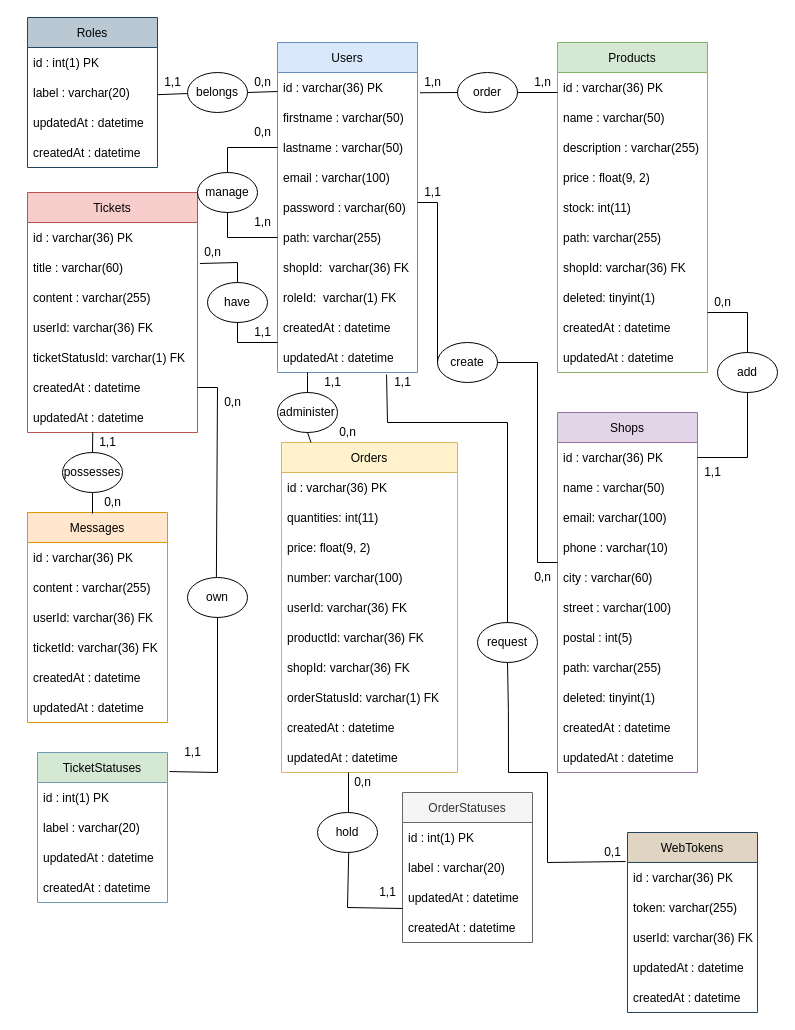
The draw.io diagram Diagrammes/MCD.drawio in KadenHD/DragNReceive_General, before the edit. Source tidied: cells renumbered, new cells numbered last; positions are measured from the earlier drawing's top-left corner, leaving out a move shared by most shapes. Both pictures are drawn from the tidied source at 100%, with x=0, y=0 at pixel (27, 17).
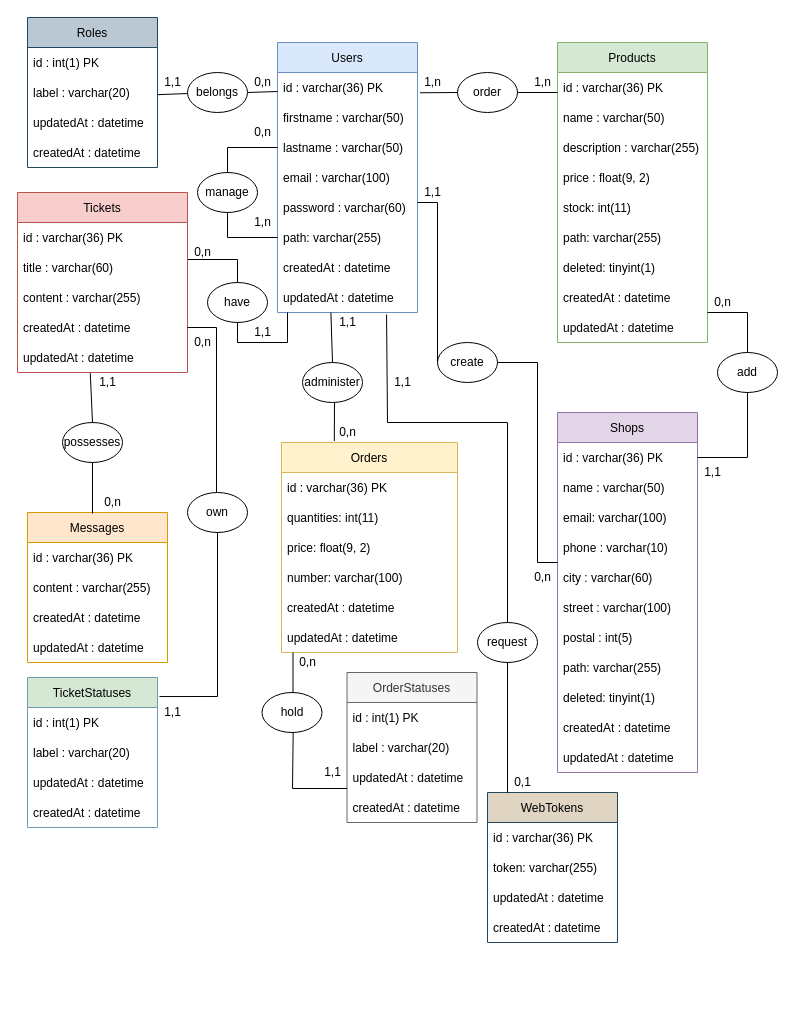
After the change.

The change refers to these unchanged cells:
```xml
<mxCell id="34" value="Shops" style="swimlane;fontStyle=0;horizontal=1;startSize=30;fillColor=#e1d5e7;strokeColor=#9673a6;" parent="1" vertex="1">
  <mxGeometry x="530" y="395" width="140" height="360" as="geometry" />
</mxCell>
<mxCell id="65" value="have" style="ellipse;whiteSpace=wrap;html=1;" parent="1" vertex="1">
  <mxGeometry x="180" y="265" width="60" height="40" as="geometry" />
</mxCell>
<mxCell id="107" value="createdAt : datetime" style="text;strokeColor=none;fillColor=none;align=left;verticalAlign=middle;spacingLeft=4;spacingRight=4;overflow=hidden;points=[[0,0.5],[1,0.5]];portConstraint=eastwest;" parent="103" vertex="1">
  <mxGeometry y="120" width="130" height="30" as="geometry" />
</mxCell>
<mxCell id="125" value="id : varchar(36) PK" style="text;strokeColor=none;fillColor=none;align=left;verticalAlign=middle;spacingLeft=4;spacingRight=4;overflow=hidden;points=[[0,0.5],[1,0.5]];portConstraint=eastwest;" parent="124" vertex="1">
  <mxGeometry y="30" width="130" height="30" as="geometry" />
</mxCell>
```

Diff of the diagram source:
```diff
@@
     <mxCell id="2" value="Users" style="swimlane;fontStyle=0;horizontal=1;startSize=30;fillColor=#dae8fc;strokeColor=#6c8ebf;" parent="1" vertex="1">
-      <mxGeometry x="250" y="25" width="140" height="330" as="geometry" />
+      <mxGeometry x="250" y="25" width="140" height="270" as="geometry" />
     </mxCell>
@@
-    <mxCell id="9" value="shopId:  varchar(36) FK" style="text;strokeColor=none;fillColor=none;align=left;verticalAlign=middle;spacingLeft=4;spacingRight=4;overflow=hidden;" parent="2" vertex="1">
-      <mxGeometry y="210" width="140" height="30" as="geometry" />
-    </mxCell>
-    <mxCell id="10" value="roleId:  varchar(1) FK" style="text;strokeColor=none;fillColor=none;align=left;verticalAlign=middle;spacingLeft=4;spacingRight=4;overflow=hidden;" parent="2" vertex="1">
-      <mxGeometry y="240" width="140" height="30" as="geometry" />
-    </mxCell>
     <mxCell id="11" value="createdAt : datetime" style="text;strokeColor=none;fillColor=none;align=left;verticalAlign=middle;spacingLeft=4;spacingRight=4;overflow=hidden;" parent="2" vertex="1">
-      <mxGeometry y="270" width="140" height="30" as="geometry" />
+      <mxGeometry y="210" width="140" height="30" as="geometry" />
     </mxCell>
     <mxCell id="12" value="updatedAt : datetime" style="text;strokeColor=none;fillColor=none;align=left;verticalAlign=middle;spacingLeft=4;spacingRight=4;overflow=hidden;points=[[0,0.5],[1,0.5]];portConstraint=eastwest;" parent="2" vertex="1">
-      <mxGeometry y="300" width="140" height="30" as="geometry" />
+      <mxGeometry y="240" width="140" height="30" as="geometry" />
     </mxCell>
@@
     <mxCell id="19" value="Tickets" style="swimlane;fontStyle=0;horizontal=1;startSize=30;fillColor=#f8cecc;strokeColor=#b85450;" parent="1" vertex="1">
-      <mxGeometry y="175" width="170" height="240" as="geometry" />
+      <mxGeometry x="-10" y="175" width="170" height="180" as="geometry" />
     </mxCell>
@@
-    <mxCell id="23" value="userId: varchar(36) FK" style="text;strokeColor=none;fillColor=none;align=left;verticalAlign=middle;spacingLeft=4;spacingRight=4;overflow=hidden;" parent="19" vertex="1">
-      <mxGeometry y="120" width="170" height="30" as="geometry" />
-    </mxCell>
-    <mxCell id="24" value="ticketStatusId: varchar(1) FK" style="text;strokeColor=none;fillColor=none;align=left;verticalAlign=middle;spacingLeft=4;spacingRight=4;overflow=hidden;" parent="19" vertex="1">
-      <mxGeometry y="150" width="170" height="30" as="geometry" />
-    </mxCell>
     <mxCell id="25" value="createdAt : datetime" style="text;strokeColor=none;fillColor=none;align=left;verticalAlign=middle;spacingLeft=4;spacingRight=4;overflow=hidden;points=[[0,0.5],[1,0.5]];portConstraint=eastwest;" parent="19" vertex="1">
-      <mxGeometry y="180" width="170" height="30" as="geometry" />
+      <mxGeometry y="120" width="170" height="30" as="geometry" />
     </mxCell>
     <mxCell id="26" value="updatedAt : datetime" style="text;strokeColor=none;fillColor=none;align=left;verticalAlign=middle;spacingLeft=4;spacingRight=4;overflow=hidden;points=[[0,0.5],[1,0.5]];portConstraint=eastwest;" parent="19" vertex="1">
-      <mxGeometry y="210" width="170" height="30" as="geometry" />
+      <mxGeometry y="150" width="170" height="30" as="geometry" />
     </mxCell>
     <mxCell id="27" value="Messages" style="swimlane;fontStyle=0;horizontal=1;startSize=30;fillColor=#ffe6cc;strokeColor=#d79b00;" parent="1" vertex="1">
-      <mxGeometry y="495" width="140" height="210" as="geometry" />
+      <mxGeometry y="495" width="140" height="150" as="geometry" />
     </mxCell>
@@
-    <mxCell id="30" value="userId: varchar(36) FK" style="text;strokeColor=none;fillColor=none;align=left;verticalAlign=middle;spacingLeft=4;spacingRight=4;overflow=hidden;" parent="27" vertex="1">
-      <mxGeometry y="90" width="140" height="30" as="geometry" />
-    </mxCell>
-    <mxCell id="31" value="ticketId: varchar(36) FK" style="text;strokeColor=none;fillColor=none;align=left;verticalAlign=middle;spacingLeft=4;spacingRight=4;overflow=hidden;" parent="27" vertex="1">
-      <mxGeometry y="120" width="140" height="30" as="geometry" />
-    </mxCell>
     <mxCell id="32" value="createdAt : datetime" style="text;strokeColor=none;fillColor=none;align=left;verticalAlign=middle;spacingLeft=4;spacingRight=4;overflow=hidden;" parent="27" vertex="1">
-      <mxGeometry y="150" width="140" height="30" as="geometry" />
+      <mxGeometry y="90" width="140" height="30" as="geometry" />
     </mxCell>
     <mxCell id="33" value="updatedAt : datetime" style="text;strokeColor=none;fillColor=none;align=left;verticalAlign=middle;spacingLeft=4;spacingRight=4;overflow=hidden;" parent="27" vertex="1">
-      <mxGeometry y="180" width="140" height="30" as="geometry" />
+      <mxGeometry y="120" width="140" height="30" as="geometry" />
     </mxCell>
@@
-    <mxCell id="45" style="endArrow=none;html=1;rounded=0;exitX=0.779;exitY=1.067;exitDx=0;exitDy=0;exitPerimeter=0;entryX=-0.015;entryY=-0.033;entryDx=0;entryDy=0;entryPerimeter=0;" parent="34" edge="1" target="125">
-      <mxGeometry relative="1" as="geometry">
-        <mxPoint x="-50" y="250" as="sourcePoint" />
-        <Array as="points">
-          <mxPoint x="-49.1" y="298" />
-          <mxPoint x="-49" y="360" />
-          <mxPoint x="-10" y="360" />
-          <mxPoint x="-10" y="450" />
-        </Array>
-      </mxGeometry>
-    </mxCell>
@@
     <mxCell id="47" value="Products" style="swimlane;fontStyle=0;horizontal=1;startSize=30;fillColor=#d5e8d4;strokeColor=#82b366;" parent="1" vertex="1">
-      <mxGeometry x="530" y="25" width="150" height="330" as="geometry" />
+      <mxGeometry x="530" y="25" width="150" height="300" as="geometry" />
     </mxCell>
@@
-    <mxCell id="54" value="shopId: varchar(36) FK" style="text;strokeColor=none;fillColor=none;align=left;verticalAlign=middle;spacingLeft=4;spacingRight=4;overflow=hidden;" parent="47" vertex="1">
-      <mxGeometry y="210" width="150" height="30" as="geometry" />
-    </mxCell>
     <mxCell id="55" value="deleted: tinyint(1)" style="text;strokeColor=none;fillColor=none;align=left;verticalAlign=middle;spacingLeft=4;spacingRight=4;overflow=hidden;" parent="47" vertex="1">
-      <mxGeometry y="240" width="150" height="30" as="geometry" />
+      <mxGeometry y="210" width="150" height="30" as="geometry" />
     </mxCell>
     <mxCell id="56" value="createdAt : datetime" style="text;strokeColor=none;fillColor=none;align=left;verticalAlign=middle;spacingLeft=4;spacingRight=4;overflow=hidden;" parent="47" vertex="1">
-      <mxGeometry y="270" width="150" height="30" as="geometry" />
+      <mxGeometry y="240" width="150" height="30" as="geometry" />
     </mxCell>
     <mxCell id="57" value="updatedAt : datetime" style="text;strokeColor=none;fillColor=none;align=left;verticalAlign=middle;spacingLeft=4;spacingRight=4;overflow=hidden;" parent="47" vertex="1">
-      <mxGeometry y="300" width="150" height="30" as="geometry" />
+      <mxGeometry y="270" width="150" height="30" as="geometry" />
     </mxCell>
@@
     <mxCell id="63" value="1,1" style="text;html=1;align=center;verticalAlign=middle;strokeColor=none;fillColor=none;" parent="1" vertex="1">
-      <mxGeometry x="65" y="415" width="30" height="20" as="geometry" />
+      <mxGeometry x="65" y="355" width="30" height="20" as="geometry" />
     </mxCell>
@@
     <mxCell id="66" style="endArrow=none;html=1;rounded=0;exitX=0.5;exitY=1;exitDx=0;exitDy=0;" parent="1" edge="1" source="65">
       <mxGeometry relative="1" as="geometry">
-        <mxPoint x="250" y="325" as="targetPoint" />
+        <mxPoint x="260" y="295" as="targetPoint" />
         <Array as="points">
           <mxPoint x="210" y="325" />
+          <mxPoint x="260" y="325" />
         </Array>
       </mxGeometry>
     </mxCell>
     <mxCell id="67" value="0,n" style="text;html=1;align=center;verticalAlign=middle;points=[];strokeColor=none;fillColor=none;" parent="1" vertex="1">
-      <mxGeometry x="170" y="225" width="30" height="20" as="geometry" />
+      <mxGeometry x="160" y="225" width="30" height="20" as="geometry" />
     </mxCell>
@@
     <mxCell id="90" value="possesses" style="ellipse;whiteSpace=wrap;html=1;" parent="1" vertex="1">
-      <mxGeometry x="35" y="435" width="60" height="40" as="geometry" />
+      <mxGeometry x="35" y="405" width="60" height="40" as="geometry" />
     </mxCell>
     <mxCell id="91" value="Orders" style="swimlane;fontStyle=0;horizontal=1;startSize=30;fillColor=#fff2cc;strokeColor=#d6b656;" parent="1" vertex="1">
-      <mxGeometry x="254" y="425" width="176" height="330" as="geometry" />
+      <mxGeometry x="254" y="425" width="176" height="210" as="geometry" />
     </mxCell>
@@
-    <mxCell id="96" value="userId: varchar(36) FK" style="text;strokeColor=none;fillColor=none;align=left;verticalAlign=middle;spacingLeft=4;spacingRight=4;overflow=hidden;" parent="91" vertex="1">
-      <mxGeometry y="150" width="176" height="30" as="geometry" />
-    </mxCell>
-    <mxCell id="97" value="productId: varchar(36) FK" style="text;strokeColor=none;fillColor=none;align=left;verticalAlign=middle;spacingLeft=4;spacingRight=4;overflow=hidden;" parent="91" vertex="1">
-      <mxGeometry y="180" width="176" height="30" as="geometry" />
-    </mxCell>
-    <mxCell id="98" value="shopId: varchar(36) FK" style="text;strokeColor=none;fillColor=none;align=left;verticalAlign=middle;spacingLeft=4;spacingRight=4;overflow=hidden;" parent="91" vertex="1">
-      <mxGeometry y="210" width="176" height="30" as="geometry" />
-    </mxCell>
-    <mxCell id="99" value="orderStatusId: varchar(1) FK" style="text;strokeColor=none;fillColor=none;align=left;verticalAlign=middle;spacingLeft=4;spacingRight=4;overflow=hidden;" parent="91" vertex="1">
-      <mxGeometry y="240" width="176" height="30" as="geometry" />
-    </mxCell>
     <mxCell id="100" value="createdAt : datetime" style="text;strokeColor=none;fillColor=none;align=left;verticalAlign=middle;spacingLeft=4;spacingRight=4;overflow=hidden;" parent="91" vertex="1">
-      <mxGeometry y="270" width="176" height="30" as="geometry" />
+      <mxGeometry y="150" width="176" height="30" as="geometry" />
     </mxCell>
     <mxCell id="101" value="updatedAt : datetime" style="text;strokeColor=none;fillColor=none;align=left;verticalAlign=middle;spacingLeft=4;spacingRight=4;overflow=hidden;" parent="91" vertex="1">
-      <mxGeometry y="300" width="176" height="30" as="geometry" />
+      <mxGeometry y="180" width="176" height="30" as="geometry" />
     </mxCell>
-    <mxCell id="102" style="endArrow=none;html=1;rounded=0;entryX=0.5;entryY=0;entryDx=0;entryDy=0;exitX=0.08;exitY=1.05;exitDx=0;exitDy=0;exitPerimeter=0;" parent="1" edge="1" source="67" target="65">
+    <mxCell id="102" style="endArrow=none;html=1;rounded=0;entryX=0.5;entryY=0;entryDx=0;entryDy=0;exitX=0.013;exitY=0.85;exitDx=0;exitDy=0;exitPerimeter=0;" parent="1" edge="1" source="67" target="65">
       <mxGeometry relative="1" as="geometry">
         <Array as="points">
-          <mxPoint x="210" y="245" />
+          <mxPoint x="210" y="242" />
         </Array>
       </mxGeometry>
     </mxCell>
     <mxCell id="103" value="OrderStatuses" style="swimlane;fontStyle=0;horizontal=1;startSize=30;fillColor=#f5f5f5;strokeColor=#666666;fontColor=#333333;" parent="1" vertex="1">
-      <mxGeometry x="375" y="775" width="130" height="150" as="geometry" />
+      <mxGeometry x="319.5" y="655" width="130" height="150" as="geometry" />
     </mxCell>
@@
-    <mxCell id="108" style="endArrow=none;html=1;rounded=0;exitX=0.384;exitY=0.993;exitDx=0;exitDy=0;entryX=0.5;entryY=0;entryDx=0;entryDy=0;exitPerimeter=0;" parent="1" edge="1" source="26" target="90">
+    <mxCell id="108" style="endArrow=none;html=1;rounded=0;exitX=0.428;exitY=1.02;exitDx=0;exitDy=0;entryX=0.5;entryY=0;entryDx=0;entryDy=0;exitPerimeter=0;" parent="1" edge="1" source="26" target="90">
       <mxGeometry relative="1" as="geometry" />
     </mxCell>
     <mxCell id="109" value="TicketStatuses" style="swimlane;fontStyle=0;horizontal=1;startSize=30;fillColor=#d5e8d4;strokeColor=#6F9CB3;" parent="1" vertex="1">
-      <mxGeometry x="10" y="735" width="130" height="150" as="geometry" />
+      <mxGeometry y="660" width="130" height="150" as="geometry" />
     </mxCell>
@@
     <mxCell id="114" value="own" style="ellipse;whiteSpace=wrap;html=1;" parent="1" vertex="1">
-      <mxGeometry x="160" y="560" width="60" height="40" as="geometry" />
+      <mxGeometry x="160" y="475" width="60" height="40" as="geometry" />
     </mxCell>
     <mxCell id="115" value="hold" style="ellipse;whiteSpace=wrap;html=1;" parent="1" vertex="1">
-      <mxGeometry x="290" y="795" width="60" height="40" as="geometry" />
+      <mxGeometry x="234.5" y="675" width="60" height="40" as="geometry" />
     </mxCell>
     <mxCell id="116" style="endArrow=none;html=1;rounded=0;exitX=0.5;exitY=1;exitDx=0;exitDy=0;entryX=1.015;entryY=0.127;entryDx=0;entryDy=0;entryPerimeter=0;" parent="1" edge="1" source="114" target="109">
       <mxGeometry relative="1" as="geometry">
         <Array as="points">
-          <mxPoint x="190" y="755" />
+          <mxPoint x="190" y="679" />
         </Array>
       </mxGeometry>
     </mxCell>
-    <mxCell id="117" style="endArrow=none;html=1;rounded=0;entryX=0.443;entryY=-0.009;entryDx=0;entryDy=0;entryPerimeter=0;exitX=1;exitY=0.5;exitDx=0;exitDy=0;" parent="1" edge="1" source="25">
+    <mxCell id="117" style="endArrow=none;html=1;rounded=0;exitX=1;exitY=0.5;exitDx=0;exitDy=0;" parent="1" edge="1" source="25">
       <mxGeometry relative="1" as="geometry">
-        <mxPoint x="188.9" y="560" as="targetPoint" />
+        <mxPoint x="189" y="475" as="targetPoint" />
         <Array as="points">
-          <mxPoint x="190" y="370" />
+          <mxPoint x="189" y="310" />
         </Array>
       </mxGeometry>
     </mxCell>
     <mxCell id="118" style="endArrow=none;html=1;rounded=0;" parent="1" edge="1">
       <mxGeometry relative="1" as="geometry">
-        <mxPoint x="321" y="755" as="sourcePoint" />
-        <mxPoint x="321" y="795" as="targetPoint" />
+        <mxPoint x="265.5" y="635" as="sourcePoint" />
+        <mxPoint x="265.5" y="675" as="targetPoint" />
       </mxGeometry>
     </mxCell>
     <mxCell id="119" style="endArrow=none;html=1;rounded=0;exitX=0.5;exitY=1;exitDx=0;exitDy=0;entryX=0;entryY=-0.133;entryDx=0;entryDy=0;entryPerimeter=0;" parent="1" edge="1" target="107">
       <mxGeometry relative="1" as="geometry">
-        <mxPoint x="321.2" y="835" as="sourcePoint" />
+        <mxPoint x="265.7" y="715" as="sourcePoint" />
         <Array as="points">
-          <mxPoint x="320" y="890" />
+          <mxPoint x="265" y="771" />
         </Array>
       </mxGeometry>
     </mxCell>
     <mxCell id="120" value="0,n" style="text;html=1;align=center;verticalAlign=middle;strokeColor=none;fillColor=none;" parent="1" vertex="1">
-      <mxGeometry x="190" y="375" width="30" height="20" as="geometry" />
+      <mxGeometry x="160" y="315" width="30" height="20" as="geometry" />
     </mxCell>
     <mxCell id="121" value="1,1" style="text;html=1;align=center;verticalAlign=middle;strokeColor=none;fillColor=none;" parent="1" vertex="1">
-      <mxGeometry x="150" y="725" width="30" height="20" as="geometry" />
+      <mxGeometry x="130" y="685" width="30" height="20" as="geometry" />
     </mxCell>
     <mxCell id="122" value="1,1" style="text;html=1;align=center;verticalAlign=middle;strokeColor=none;fillColor=none;" parent="1" vertex="1">
-      <mxGeometry x="345" y="865" width="30" height="20" as="geometry" />
+      <mxGeometry x="289.5" y="745" width="30" height="20" as="geometry" />
     </mxCell>
     <mxCell id="123" value="0,n" style="text;html=1;align=center;verticalAlign=middle;strokeColor=none;fillColor=none;" parent="1" vertex="1">
-      <mxGeometry x="320" y="755" width="30" height="20" as="geometry" />
+      <mxGeometry x="264.5" y="635" width="30" height="20" as="geometry" />
     </mxCell>
     <mxCell id="124" value="WebTokens" style="swimlane;fontStyle=0;horizontal=1;startSize=30;fillColor=#E0D5C3;strokeColor=#23445d;" parent="1" vertex="1">
-      <mxGeometry x="600" y="815" width="130" height="180" as="geometry" />
+      <mxGeometry x="460" y="775" width="130" height="150" as="geometry" />
     </mxCell>
@@
-    <mxCell id="127" value="userId: varchar(36) FK" style="text;strokeColor=none;fillColor=none;align=left;verticalAlign=middle;spacingLeft=4;spacingRight=4;overflow=hidden;" parent="124" vertex="1">
-      <mxGeometry y="90" width="130" height="30" as="geometry" />
-    </mxCell>
     <mxCell id="128" value="updatedAt : datetime" style="text;strokeColor=none;fillColor=none;align=left;verticalAlign=middle;spacingLeft=4;spacingRight=4;overflow=hidden;" parent="124" vertex="1">
-      <mxGeometry y="120" width="130" height="30" as="geometry" />
+      <mxGeometry y="90" width="130" height="30" as="geometry" />
     </mxCell>
     <mxCell id="129" value="createdAt : datetime" style="text;strokeColor=none;fillColor=none;align=left;verticalAlign=middle;spacingLeft=4;spacingRight=4;overflow=hidden;" parent="124" vertex="1">
-      <mxGeometry y="150" width="130" height="30" as="geometry" />
+      <mxGeometry y="120" width="130" height="30" as="geometry" />
     </mxCell>
     <mxCell id="130" value="administer" style="ellipse;whiteSpace=wrap;html=1;" parent="1" vertex="1">
-      <mxGeometry x="250" y="375" width="60" height="40" as="geometry" />
+      <mxGeometry x="275" y="345" width="60" height="40" as="geometry" />
     </mxCell>
-    <mxCell id="131" style="endArrow=none;html=1;rounded=0;exitX=0.5;exitY=0;exitDx=0;exitDy=0;" parent="1" edge="1" source="130">
-      <mxGeometry relative="1" as="geometry">
-        <mxPoint x="280" y="355" as="targetPoint" />
-        <Array as="points">
-          <mxPoint x="280" y="358" />
-        </Array>
-      </mxGeometry>
-    </mxCell>
-    <mxCell id="132" style="endArrow=none;html=1;rounded=0;" parent="1" edge="1" source="91">
-      <mxGeometry relative="1" as="geometry">
-        <mxPoint x="280" y="415" as="targetPoint" />
-        <Array as="points">
-          <mxPoint x="280" y="415" />
-        </Array>
-      </mxGeometry>
-    </mxCell>
     <mxCell id="133" value="1,1" style="text;html=1;align=center;verticalAlign=middle;strokeColor=none;fillColor=none;" parent="1" vertex="1">
-      <mxGeometry x="290" y="355" width="30" height="20" as="geometry" />
+      <mxGeometry x="305" y="295" width="30" height="20" as="geometry" />
     </mxCell>
@@
     <mxCell id="137" value="0,1" style="text;html=1;align=center;verticalAlign=middle;strokeColor=none;fillColor=none;" parent="1" vertex="1">
-      <mxGeometry x="570" y="825" width="30" height="20" as="geometry" />
+      <mxGeometry x="480" y="755" width="30" height="20" as="geometry" />
     </mxCell>
@@
+    <mxCell id="139" style="endArrow=none;html=1;rounded=0;entryX=0.154;entryY=0;entryDx=0;entryDy=0;entryPerimeter=0;" parent="1" edge="1" target="124">
+      <mxGeometry relative="1" as="geometry">
+        <mxPoint x="480" y="645" as="sourcePoint" />
+      </mxGeometry>
+    </mxCell>
+    <mxCell id="140" style="endArrow=none;html=1;rounded=0;exitX=0.428;exitY=1.02;exitDx=0;exitDy=0;entryX=0.5;entryY=0;entryDx=0;entryDy=0;exitPerimeter=0;" parent="1" edge="1" target="130">
+      <mxGeometry relative="1" as="geometry">
+        <mxPoint x="303.4" y="295" as="sourcePoint" />
+      </mxGeometry>
+    </mxCell>
+    <mxCell id="141" style="endArrow=none;html=1;rounded=0;entryX=0.3;entryY=-0.007;entryDx=0;entryDy=0;entryPerimeter=0;" parent="1" edge="1" target="91">
+      <mxGeometry relative="1" as="geometry">
+        <mxPoint x="307" y="385" as="sourcePoint" />
+      </mxGeometry>
+    </mxCell>
```
